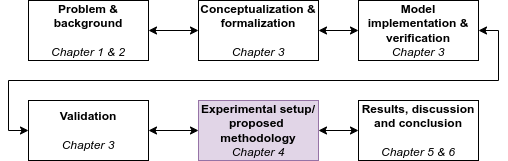
Above: figures/model_cycle.png in floristevito/CrowdSim (draw.io), before the change. Source tidied: cells renumbered, new cells last; positions are measured from the earlier drawing's top-left corner, leaving out a move shared by most shapes.
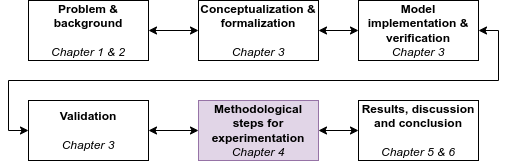
Later version of the same file.

Change to the diagram source:
```diff
@@ -23,7 +23,7 @@
     <mxCell id="8" style="edgeStyle=orthogonalEdgeStyle;rounded=0;jettySize=auto;html=1;exitX=1;exitY=0.5;exitDx=0;exitDy=0;entryX=0;entryY=0.5;entryDx=0;entryDy=0;startArrow=classic;startFill=1;" parent="1" edge="1" source="9" target="10">
       <mxGeometry relative="1" as="geometry" />
     </mxCell>
-    <mxCell id="9" value="&lt;b&gt;Experimental setup/&lt;br&gt;proposed&amp;nbsp;&lt;br&gt;methodology&lt;/b&gt;&lt;br&gt;&lt;i&gt;Chapter 4&lt;/i&gt;" style="rounded=0;whiteSpace=wrap;html=1;fillColor=#e1d5e7;strokeColor=#9673a6;" parent="1" vertex="1">
+    <mxCell id="9" value="&lt;b&gt;Methodological steps for experimentation&lt;/b&gt;&lt;br&gt;&lt;i&gt;Chapter 4&lt;/i&gt;" style="rounded=0;whiteSpace=wrap;html=1;fillColor=#e1d5e7;strokeColor=#9673a6;" parent="1" vertex="1">
       <mxGeometry x="170" y="100" width="120" height="60" as="geometry" />
     </mxCell>
     <mxCell id="10" value="&lt;b&gt;Results, discussion and conclusion&lt;/b&gt;&lt;br&gt;&lt;br&gt;&lt;i&gt;Chapter 5 &amp;amp; 6&lt;/i&gt;" style="rounded=0;whiteSpace=wrap;html=1;" parent="1" vertex="1">
```
